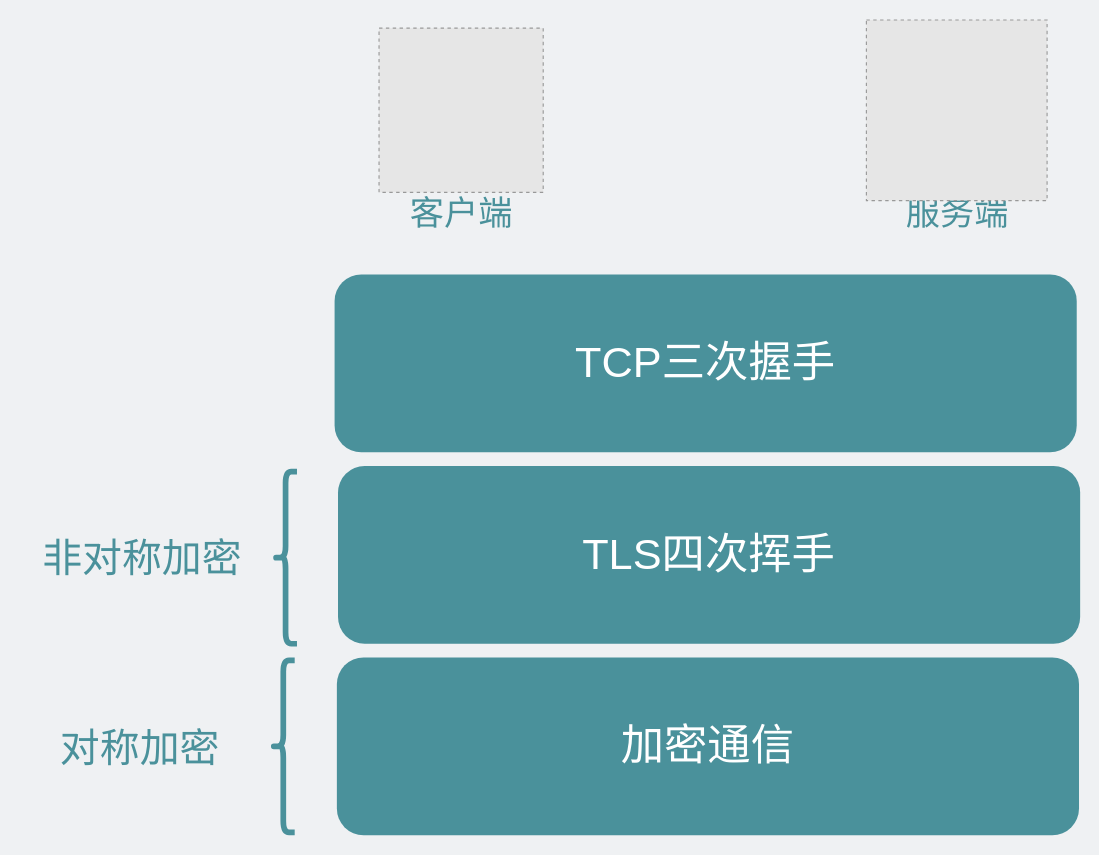
Above: network/对称加密还是非对称加密.drawio in xiaobaiTech/image (draw.io), before the change. Source tidied: cells renumbered, new cells numbered last; positions are measured from the earlier drawing's top-left corner, leaving out a move shared by most shapes. Both pictures are drawn from the tidied source at 114%, with x=0, y=0 at pixel (19, 19). Pictures stored in the file or linked from it are replaced by grey dashed boxes.
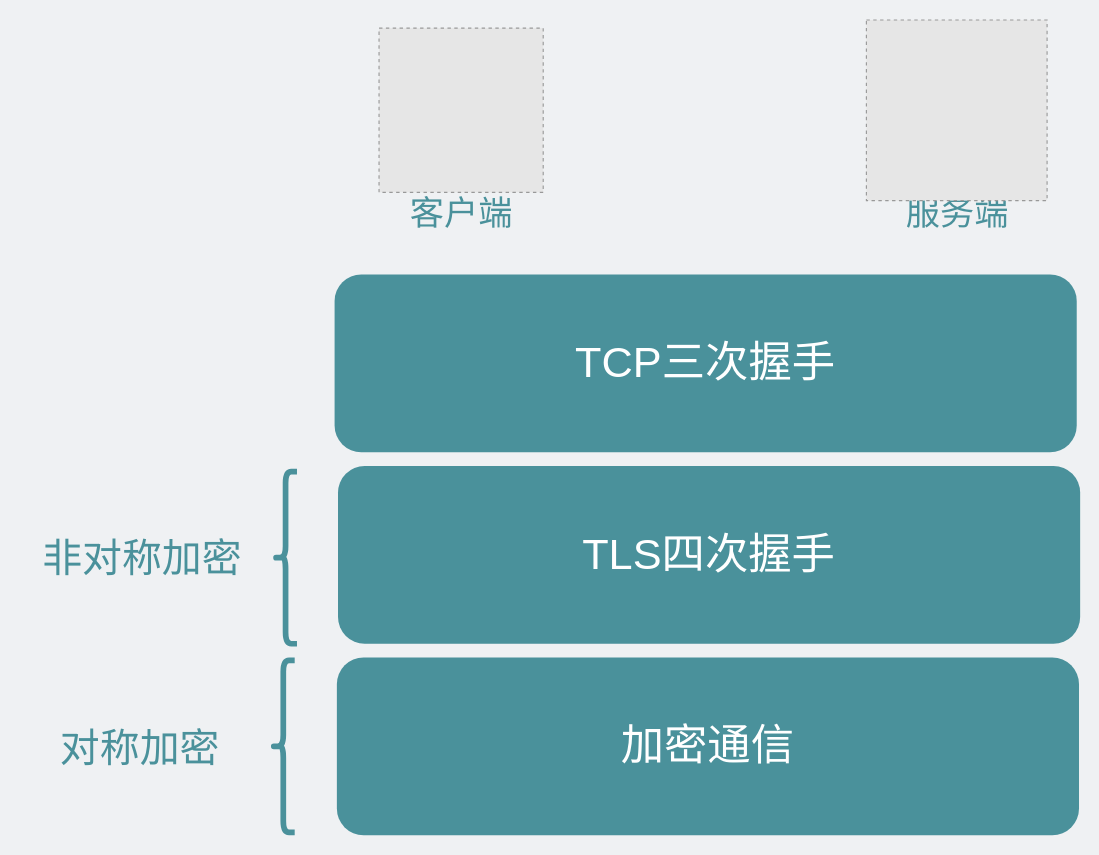
The same page after the edit.

Commit message:
更新对称加密还是非对称加密.drawio

Diff of the diagram source:
```diff
@@
 <mxGraphModel background="#EFF1F3">
   <root>
     <mxCell id="0" />
     <mxCell id="1" parent="0" />
     <mxCell id="2" style="shape=curlyBracket;whiteSpace=wrap;html=1;rounded=1;strokeColor=#4A919B;fontSize=21;fontColor=#4A919B;fillColor=#FFEED7;strokeWidth=5;" parent="1" vertex="1">
       <mxGeometry x="221" y="561.7" width="20" height="151" as="geometry" />
     </mxCell>
     <mxCell id="3" value="&lt;font style=&quot;font-size: 35px;&quot;&gt;对称加密&lt;/font&gt;" style="text;html=1;strokeColor=none;fillColor=none;align=center;verticalAlign=middle;whiteSpace=wrap;rounded=0;strokeWidth=3;fontSize=21;fontColor=#4A919B;" parent="1" vertex="1">
       <mxGeometry y="622.7" width="211" height="30" as="geometry" />
     </mxCell>
     <mxCell id="4" value="&lt;font style=&quot;font-size: 30px;&quot; color=&quot;#4a919b&quot;&gt;客户端&lt;/font&gt;" style="text;html=1;strokeColor=none;fillColor=none;align=center;verticalAlign=middle;whiteSpace=wrap;rounded=0;fontSize=22;" parent="1" vertex="1">
       <mxGeometry x="333.8" y="158.8" width="106.5" height="20" as="geometry" />
     </mxCell>
     <mxCell id="5" value="&lt;font color=&quot;#4a919b&quot; style=&quot;font-size: 30px;&quot;&gt;服务端&lt;/font&gt;" style="text;html=1;strokeColor=none;fillColor=none;align=center;verticalAlign=middle;whiteSpace=wrap;rounded=0;fontSize=22;" parent="1" vertex="1">
       <mxGeometry x="732.5" y="158.8" width="179" height="20" as="geometry" />
     </mxCell>
     <mxCell id="6" style="fillColor=#E6E6E6;strokeColor=#999999;dashed=1;verticalLabelPosition=bottom;verticalAlign=top;" parent="1" vertex="1">
       <mxGeometry x="315" y="7.2" width="144" height="144" as="geometry" />
     </mxCell>
     <mxCell id="7" value="&lt;font color=&quot;#ffffff&quot; style=&quot;font-size: 38px;&quot;&gt;TCP三次握手&lt;/font&gt;" style="rounded=1;whiteSpace=wrap;html=1;strokeColor=none;fillColor=#4A919B;" parent="1" vertex="1">
       <mxGeometry x="276" y="223.2" width="651" height="156" as="geometry" />
     </mxCell>
-    <mxCell id="8" value="&lt;font color=&quot;#ffffff&quot; style=&quot;font-size: 38px;&quot;&gt;TLS四次挥手&lt;/font&gt;" style="rounded=1;whiteSpace=wrap;html=1;strokeColor=none;fillColor=#4A919B;" parent="1" vertex="1">
+    <mxCell id="8" value="&lt;font color=&quot;#ffffff&quot; style=&quot;font-size: 38px;&quot;&gt;TLS四次握手&lt;/font&gt;" style="rounded=1;whiteSpace=wrap;html=1;strokeColor=none;fillColor=#4A919B;" parent="1" vertex="1">
       <mxGeometry x="279" y="391.2" width="651" height="156" as="geometry" />
     </mxCell>
     <mxCell id="9" value="&lt;font color=&quot;#ffffff&quot; style=&quot;font-size: 38px;&quot;&gt;加密通信&lt;/font&gt;" style="rounded=1;whiteSpace=wrap;html=1;strokeColor=none;fillColor=#4A919B;" parent="1" vertex="1">
       <mxGeometry x="278" y="559.2" width="651" height="156" as="geometry" />
     </mxCell>
     <mxCell id="10" style="shape=curlyBracket;whiteSpace=wrap;html=1;rounded=1;strokeColor=#4A919B;fontSize=21;fontColor=#4A919B;fillColor=#FFEED7;strokeWidth=5;" parent="1" vertex="1">
       <mxGeometry x="223" y="396.2" width="20" height="151" as="geometry" />
     </mxCell>
     <mxCell id="11" value="&lt;font style=&quot;font-size: 35px;&quot;&gt;非对称加密&lt;/font&gt;" style="text;html=1;strokeColor=none;fillColor=none;align=center;verticalAlign=middle;whiteSpace=wrap;rounded=0;strokeWidth=3;fontSize=21;fontColor=#4A919B;" parent="1" vertex="1">
       <mxGeometry x="2" y="457.2" width="211" height="30" as="geometry" />
     </mxCell>
     <mxCell id="12" style="fillColor=#E6E6E6;strokeColor=#999999;dashed=1;verticalLabelPosition=bottom;verticalAlign=top;fontSize=35;fontColor=#FFFFFF;" parent="1" vertex="1">
       <mxGeometry x="742.5" width="158.5" height="158.5" as="geometry" />
     </mxCell>
   </root>
 </mxGraphModel>
```
